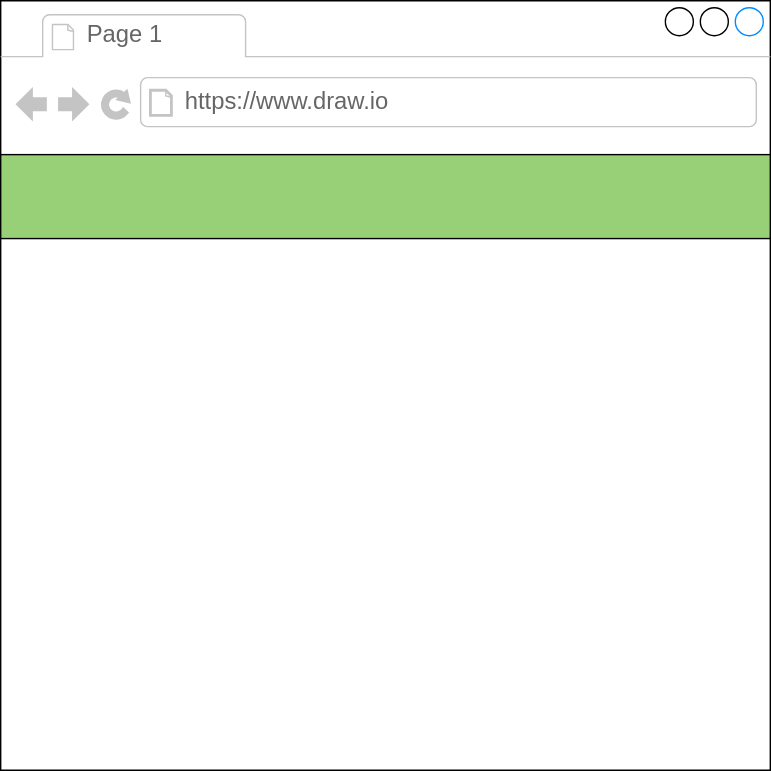
AndreSerpaPlewka/queixas-online keeps this draw.io diagram as home.svg. Above is the earlier version. Source tidied: cells renumbered, new cells last; positions are measured from the earlier drawing's top-left corner, leaving out a move shared by most shapes.
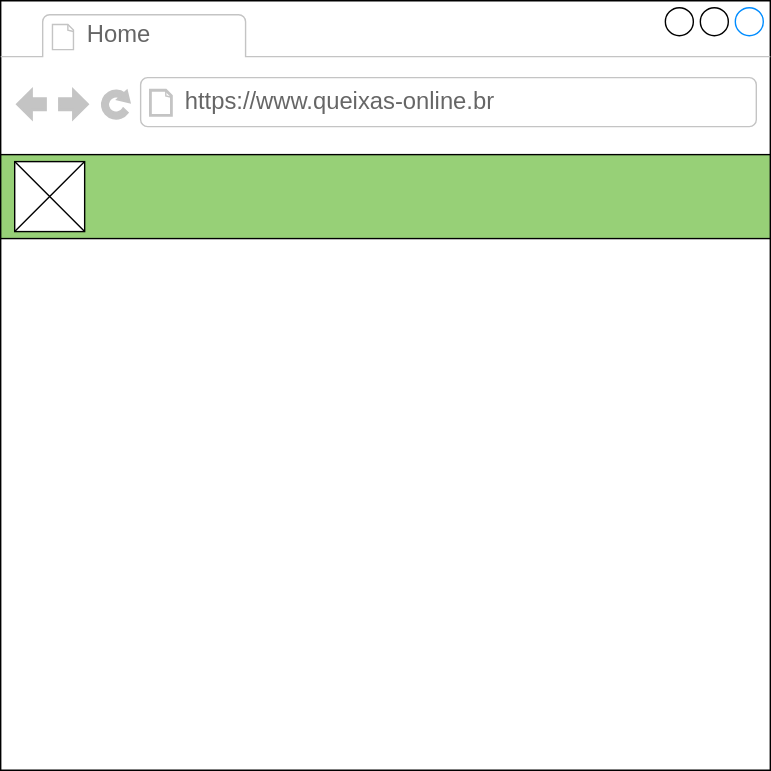
After the commit.

Diff of the diagram source:
```diff
@@ -5,14 +5,17 @@
     <mxCell id="2" style="strokeWidth=1;shadow=0;dashed=0;align=center;html=1;shape=mxgraph.mockup.containers.browserWindow;rSize=0;strokeColor2=#008cff;strokeColor3=#c4c4c4;mainText=,;" parent="1" vertex="1">
       <mxGeometry width="550" height="550" as="geometry" />
     </mxCell>
-    <mxCell id="3" value="Page 1" style="strokeWidth=1;shadow=0;dashed=0;align=center;html=1;shape=mxgraph.mockup.containers.anchor;fontSize=17;fontColor=#666666;align=left;" parent="2" vertex="1">
+    <mxCell id="3" value="Home" style="strokeWidth=1;shadow=0;dashed=0;align=center;html=1;shape=mxgraph.mockup.containers.anchor;fontSize=17;fontColor=#666666;align=left;" parent="2" vertex="1">
       <mxGeometry x="60" y="12" width="110" height="26" as="geometry" />
     </mxCell>
-    <mxCell id="4" value="https://www.draw.io" style="strokeWidth=1;shadow=0;dashed=0;align=center;html=1;shape=mxgraph.mockup.containers.anchor;rSize=0;fontSize=17;fontColor=#666666;align=left;" parent="2" vertex="1">
+    <mxCell id="4" value="https://www.queixas-online.br" style="strokeWidth=1;shadow=0;dashed=0;align=center;html=1;shape=mxgraph.mockup.containers.anchor;rSize=0;fontSize=17;fontColor=#666666;align=left;" parent="2" vertex="1">
       <mxGeometry x="130" y="60" width="250" height="26" as="geometry" />
     </mxCell>
     <mxCell id="5" style="rounded=0;whiteSpace=wrap;html=1;strokeColor=#000000;fillColor=#97D077;" parent="2" vertex="1">
       <mxGeometry y="110" width="550" height="60" as="geometry" />
     </mxCell>
+    <mxCell id="6" style="verticalLabelPosition=bottom;shadow=0;dashed=0;align=center;html=1;verticalAlign=top;strokeWidth=1;shape=mxgraph.mockup.graphics.simpleIcon;" parent="2" vertex="1">
+      <mxGeometry x="10" y="115" width="50" height="50" as="geometry" />
+    </mxCell>
   </root>
 </mxGraphModel>
```
